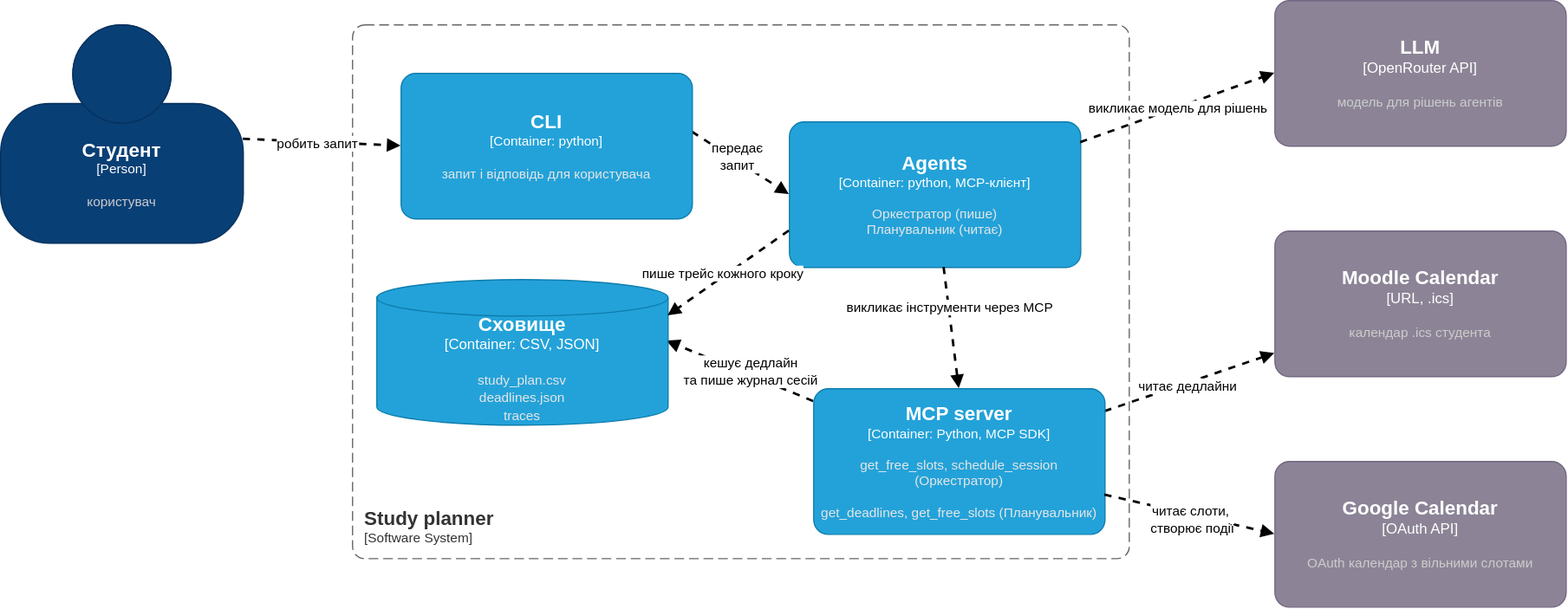
Before: docs/c4-container.svg, a diagram exported from draw.io (dantssm/study-planner). Source tidied: cells renumbered, new cells last; positions are measured from the earlier drawing's top-left corner, leaving out a move shared by most shapes. Its diagram source:
```xml
<mxGraphModel>
  <root>
    <mxCell id="0" />
    <mxCell id="1" parent="0" />
    <object id="2" label="&lt;font style=&quot;font-size: 16px&quot;&gt;&lt;b&gt;&lt;div style=&quot;text-align: left&quot;&gt;%c4Name%&lt;/div&gt;&lt;/b&gt;&lt;/font&gt;&lt;div style=&quot;text-align: left&quot;&gt;[%c4Application%]&lt;/div&gt;" c4Application="Software System" c4Name="Study planner" c4Type="SystemScopeBoundary" placeholders="1">
      <mxCell style="rounded=1;fontSize=11;whiteSpace=wrap;html=1;dashed=1;arcSize=20;fillColor=none;strokeColor=#666666;fontColor=#333333;labelBackgroundColor=none;align=left;verticalAlign=bottom;labelBorderColor=none;spacingTop=0;spacing=10;dashPattern=8 4;perimeter=rectanglePerimeter;noLabel=0;labelPadding=0;absoluteArcSize=1;" parent="1" vertex="1">
        <mxGeometry x="290" y="20" width="640" height="440" as="geometry" />
      </mxCell>
    </object>
    <object id="3" label="&lt;font style=&quot;font-size: 16px&quot;&gt;&lt;b&gt;%c4Name%&lt;/b&gt;&lt;/font&gt;&lt;div&gt;[%c4Type%: %c4Technology%]&lt;/div&gt;&lt;br&gt;&lt;div&gt;&lt;font style=&quot;font-size: 11px&quot;&gt;&lt;font color=&quot;#E6E6E6&quot;&gt;%c4Description%&lt;/font&gt;&lt;/div&gt;" c4Description="Оркестратор (пише)&#10;Планувальник (читає)" c4Name="Agents" c4Technology="python, MCP-клієнт" c4Type="Container" placeholders="1">
      <mxCell style="rounded=1;whiteSpace=wrap;html=1;fontSize=11;labelBackgroundColor=none;fillColor=#23A2D9;fontColor=#ffffff;align=center;arcSize=10;strokeColor=#0E7DAD;points=[[0.25,0,0],[0.5,0,0],[0.75,0,0],[1,0.25,0],[1,0.5,0],[1,0.75,0],[0.75,1,0],[0.5,1,0],[0.25,1,0],[0,0.75,0],[0,0.5,0],[0,0.25,0]];" parent="1" vertex="1">
        <mxGeometry x="650" y="100" width="240" height="120" as="geometry" />
      </mxCell>
    </object>
    <object id="4" label="&lt;font style=&quot;font-size: 16px&quot;&gt;&lt;b&gt;%c4Name%&lt;/b&gt;&lt;/font&gt;&lt;div&gt;[%c4Type%]&lt;/div&gt;&lt;br&gt;&lt;div&gt;&lt;font style=&quot;font-size: 11px&quot;&gt;&lt;font color=&quot;#cccccc&quot;&gt;%c4Description%&lt;/font&gt;&lt;/div&gt;" c4Description="користувач" c4Name="Студент" c4Type="Person" placeholders="1">
      <mxCell style="html=1;fontSize=11;dashed=0;whiteSpace=wrap;fillColor=#083F75;strokeColor=#06315C;fontColor=#ffffff;shape=mxgraph.c4.person2;align=center;points=[[0.5,0,0],[1,0.5,0],[1,0.75,0],[0.75,1,0],[0.5,1,0],[0.25,1,0],[0,0.75,0],[0,0.5,0]];" parent="1" vertex="1">
        <mxGeometry y="20" width="200" height="180" as="geometry" />
      </mxCell>
    </object>
    <mxCell id="5" style="rounded=0;jettySize=auto;html=1;strokeWidth=2;endArrow=block;endFill=1;dashed=1;entryX=0.996;entryY=0.423;entryDx=0;entryDy=0;entryPerimeter=0;" parent="1" edge="1" source="9" target="10">
      <mxGeometry relative="1" as="geometry" />
    </mxCell>
    <mxCell id="6" value="&lt;div&gt;кешує дедлайн&lt;/div&gt;&lt;div&gt;та пише журнал сесій&lt;/div&gt;" style="edgeLabel;html=1;align=center;verticalAlign=middle;" parent="5" vertex="1">
      <mxGeometry x="0.05" y="1" relative="1" as="geometry">
        <mxPoint x="12" as="offset" />
      </mxGeometry>
    </mxCell>
    <mxCell id="7" style="rounded=0;jettySize=auto;html=1;strokeWidth=2;endArrow=block;endFill=1;dashed=1;" parent="1" edge="1" source="9" target="19">
      <mxGeometry relative="1" as="geometry" />
    </mxCell>
    <mxCell id="8" value="читає дедлайни" style="edgeLabel;html=1;align=center;verticalAlign=middle;" parent="7" vertex="1">
      <mxGeometry x="-0.24" y="-4" relative="1" as="geometry">
        <mxPoint x="13" y="-7" as="offset" />
      </mxGeometry>
    </mxCell>
    <object id="9" label="&lt;font style=&quot;font-size: 16px&quot;&gt;&lt;b&gt;%c4Name%&lt;/b&gt;&lt;/font&gt;&lt;div&gt;[%c4Type%: %c4Technology%]&lt;/div&gt;&lt;br&gt;&lt;div&gt;&lt;font style=&quot;font-size: 11px&quot;&gt;&lt;font color=&quot;#E6E6E6&quot;&gt;%c4Description%&lt;/font&gt;&lt;/div&gt;" c4Description="get_free_slots, schedule_session (Оркестратор)&#10;&#10;get_deadlines, get_free_slots (Планувальник)" c4Name="MCP server" c4Technology="Python, MCP SDK" c4Type="Container" placeholders="1">
      <mxCell style="rounded=1;whiteSpace=wrap;html=1;fontSize=11;labelBackgroundColor=none;fillColor=#23A2D9;fontColor=#ffffff;align=center;arcSize=10;strokeColor=#0E7DAD;points=[[0.25,0,0],[0.5,0,0],[0.75,0,0],[1,0.25,0],[1,0.5,0],[1,0.75,0],[0.75,1,0],[0.5,1,0],[0.25,1,0],[0,0.75,0],[0,0.5,0],[0,0.25,0]];" parent="1" vertex="1">
        <mxGeometry x="670" y="320" width="240" height="120" as="geometry" />
      </mxCell>
    </object>
    <object id="10" label="&lt;font style=&quot;font-size: 16px&quot;&gt;&lt;b&gt;%c4Name%&lt;/b&gt;&lt;/font&gt;&lt;div&gt;[%c4Type%:&amp;nbsp;%c4Technology%]&lt;/div&gt;&lt;br&gt;&lt;div&gt;&lt;font style=&quot;font-size: 11px&quot;&gt;&lt;font color=&quot;#E6E6E6&quot;&gt;%c4Description%&lt;/font&gt;&lt;/div&gt;" c4Description="study_plan.csv&#10;deadlines.json&#10;traces" c4Name="Сховище" c4Technology="CSV, JSON" c4Type="Container" placeholders="1">
      <mxCell style="shape=cylinder3;size=15;whiteSpace=wrap;html=1;boundedLbl=1;rounded=0;labelBackgroundColor=none;fillColor=#23A2D9;fontSize=12;fontColor=#ffffff;align=center;strokeColor=#0E7DAD;points=[[0.5,0,0],[1,0.25,0],[1,0.5,0],[1,0.75,0],[0.5,1,0],[0,0.75,0],[0,0.5,0],[0,0.25,0]];" parent="1" vertex="1">
        <mxGeometry x="310" y="230" width="240" height="120" as="geometry" />
      </mxCell>
    </object>
    <mxCell id="11" style="rounded=0;jettySize=auto;html=1;strokeWidth=2;endArrow=block;endFill=1;dashed=1;entryX=0;entryY=0.5;entryDx=0;entryDy=0;entryPerimeter=0;" parent="1" edge="1" source="4" target="23">
      <mxGeometry relative="1" as="geometry" />
    </mxCell>
    <mxCell id="12" value="робить запит" style="edgeLabel;html=1;align=center;verticalAlign=middle;" parent="11" vertex="1">
      <mxGeometry x="-0.07" y="-1" relative="1" as="geometry" />
    </mxCell>
    <mxCell id="13" style="rounded=0;jettySize=auto;html=1;entryX=0;entryY=0.5;entryDx=0;entryDy=0;entryPerimeter=0;strokeWidth=2;endArrow=block;endFill=1;dashed=1;" parent="1" edge="1" target="3">
      <mxGeometry relative="1" as="geometry">
        <mxPoint x="560" y="102" as="sourcePoint" />
      </mxGeometry>
    </mxCell>
    <mxCell id="14" value="&lt;div&gt;передає&lt;/div&gt;&lt;div&gt;запит&lt;/div&gt;" style="edgeLabel;html=1;align=center;verticalAlign=middle;" parent="13" vertex="1">
      <mxGeometry x="-0.02" y="3" relative="1" as="geometry" />
    </mxCell>
    <mxCell id="15" style="rounded=0;jettySize=auto;html=1;entryX=0.5;entryY=0;entryDx=0;entryDy=0;entryPerimeter=0;strokeWidth=2;endArrow=block;endFill=1;dashed=1;" parent="1" edge="1" source="3" target="9">
      <mxGeometry relative="1" as="geometry" />
    </mxCell>
    <mxCell id="16" value="викликає інструменти через MCP" style="edgeLabel;html=1;align=center;verticalAlign=middle;" parent="15" vertex="1">
      <mxGeometry x="-0.34" relative="1" as="geometry" />
    </mxCell>
    <object id="17" label="&lt;font style=&quot;font-size: 16px&quot;&gt;&lt;b&gt;%c4Name%&lt;/b&gt;&lt;/font&gt;&lt;div&gt;[%c4Type%]&lt;/div&gt;&lt;br&gt;&lt;div&gt;&lt;font style=&quot;font-size: 11px&quot;&gt;&lt;font color=&quot;#cccccc&quot;&gt;%c4Description%&lt;/font&gt;&lt;/div&gt;" c4Description="модель для рішень агентів" c4Name="LLM" c4Type="OpenRouter API" placeholders="1">
      <mxCell style="rounded=1;whiteSpace=wrap;html=1;labelBackgroundColor=none;fillColor=#8C8496;fontColor=#ffffff;align=center;arcSize=10;strokeColor=#736782;points=[[0.25,0,0],[0.5,0,0],[0.75,0,0],[1,0.25,0],[1,0.5,0],[1,0.75,0],[0.75,1,0],[0.5,1,0],[0.25,1,0],[0,0.75,0],[0,0.5,0],[0,0.25,0]];" parent="1" vertex="1">
        <mxGeometry x="1050" width="240" height="120" as="geometry" />
      </mxCell>
    </object>
    <mxCell id="18" value="викликає модель для рішень" style="rounded=0;jettySize=auto;html=1;entryX=0;entryY=0.5;entryDx=0;entryDy=0;entryPerimeter=0;strokeWidth=2;endArrow=block;endFill=1;dashed=1;" parent="1" edge="1" source="3" target="17">
      <mxGeometry relative="1" as="geometry" />
    </mxCell>
    <object id="19" label="&lt;font style=&quot;font-size: 16px&quot;&gt;&lt;b&gt;%c4Name%&lt;/b&gt;&lt;/font&gt;&lt;div&gt;[%c4Type%]&lt;/div&gt;&lt;br&gt;&lt;div&gt;&lt;font style=&quot;font-size: 11px&quot;&gt;&lt;font color=&quot;#cccccc&quot;&gt;%c4Description%&lt;/font&gt;&lt;/div&gt;" c4Description="календар .ics студента" c4Name="Moodle Calendar" c4Type="URL, .ics" placeholders="1">
      <mxCell style="rounded=1;whiteSpace=wrap;html=1;labelBackgroundColor=none;fillColor=#8C8496;fontColor=#ffffff;align=center;arcSize=10;strokeColor=#736782;points=[[0.25,0,0],[0.5,0,0],[0.75,0,0],[1,0.25,0],[1,0.5,0],[1,0.75,0],[0.75,1,0],[0.5,1,0],[0.25,1,0],[0,0.75,0],[0,0.5,0],[0,0.25,0]];" parent="1" vertex="1">
        <mxGeometry x="1050" y="190" width="240" height="120" as="geometry" />
      </mxCell>
    </object>
    <object id="20" label="&lt;font style=&quot;font-size: 16px&quot;&gt;&lt;b&gt;%c4Name%&lt;/b&gt;&lt;/font&gt;&lt;div&gt;[%c4Type%]&lt;/div&gt;&lt;br&gt;&lt;div&gt;&lt;font style=&quot;font-size: 11px&quot;&gt;&lt;font color=&quot;#cccccc&quot;&gt;%c4Description%&lt;/font&gt;&lt;/div&gt;" c4Description="OAuth календар з вільними слотами" c4Name="Google Calendar" c4Type="OAuth API" placeholders="1">
      <mxCell style="rounded=1;whiteSpace=wrap;html=1;labelBackgroundColor=none;fillColor=#8C8496;fontColor=#ffffff;align=center;arcSize=10;strokeColor=#736782;points=[[0.25,0,0],[0.5,0,0],[0.75,0,0],[1,0.25,0],[1,0.5,0],[1,0.75,0],[0.75,1,0],[0.5,1,0],[0.25,1,0],[0,0.75,0],[0,0.5,0],[0,0.25,0]];" parent="1" vertex="1">
        <mxGeometry x="1050" y="380" width="240" height="120" as="geometry" />
      </mxCell>
    </object>
    <mxCell id="21" style="rounded=0;jettySize=auto;html=1;entryX=0;entryY=0.5;entryDx=0;entryDy=0;entryPerimeter=0;strokeWidth=2;endArrow=block;endFill=1;dashed=1;" parent="1" edge="1" source="9" target="20">
      <mxGeometry relative="1" as="geometry" />
    </mxCell>
    <mxCell id="22" value="&lt;div&gt;читає слоти,&amp;nbsp;&lt;/div&gt;&lt;div&gt;створює події&lt;/div&gt;" style="edgeLabel;html=1;align=center;verticalAlign=middle;" parent="21" vertex="1">
      <mxGeometry x="-0.16" y="1" relative="1" as="geometry">
        <mxPoint x="12" y="7" as="offset" />
      </mxGeometry>
    </mxCell>
    <object id="23" label="&lt;font style=&quot;font-size: 16px&quot;&gt;&lt;b&gt;%c4Name%&lt;/b&gt;&lt;/font&gt;&lt;div&gt;[%c4Type%: %c4Technology%]&lt;/div&gt;&lt;br&gt;&lt;div&gt;&lt;font style=&quot;font-size: 11px&quot;&gt;&lt;font color=&quot;#E6E6E6&quot;&gt;%c4Description%&lt;/font&gt;&lt;/div&gt;" c4Description="запит і відповідь для користувача" c4Name="CLI" c4Technology="python" c4Type="Container" placeholders="1">
      <mxCell style="rounded=1;whiteSpace=wrap;html=1;fontSize=11;labelBackgroundColor=none;fillColor=#23A2D9;fontColor=#ffffff;align=center;arcSize=10;strokeColor=#0E7DAD;points=[[0.25,0,0],[0.5,0,0],[0.75,0,0],[1,0.25,0],[1,0.5,0],[1,0.75,0],[0.75,1,0],[0.5,1,0],[0.25,1,0],[0,0.75,0],[0,0.5,0],[0,0.25,0]];" parent="1" vertex="1">
        <mxGeometry x="330" y="60" width="240" height="120" as="geometry" />
      </mxCell>
    </object>
    <mxCell id="24" style="rounded=0;jettySize=auto;html=1;exitX=0;exitY=0.75;exitDx=0;exitDy=0;exitPerimeter=0;entryX=1;entryY=0.25;entryDx=0;entryDy=0;entryPerimeter=0;endArrow=block;endFill=1;dashed=1;strokeWidth=2;" parent="1" edge="1" source="3" target="10">
      <mxGeometry relative="1" as="geometry" />
    </mxCell>
    <mxCell id="25" value="пише трейс кожного кроку" style="edgeLabel;html=1;align=center;verticalAlign=middle;" parent="24" vertex="1">
      <mxGeometry x="0.16" y="-3" relative="1" as="geometry">
        <mxPoint x="4" y="-4" as="offset" />
      </mxGeometry>
    </mxCell>
  </root>
</mxGraphModel>
```
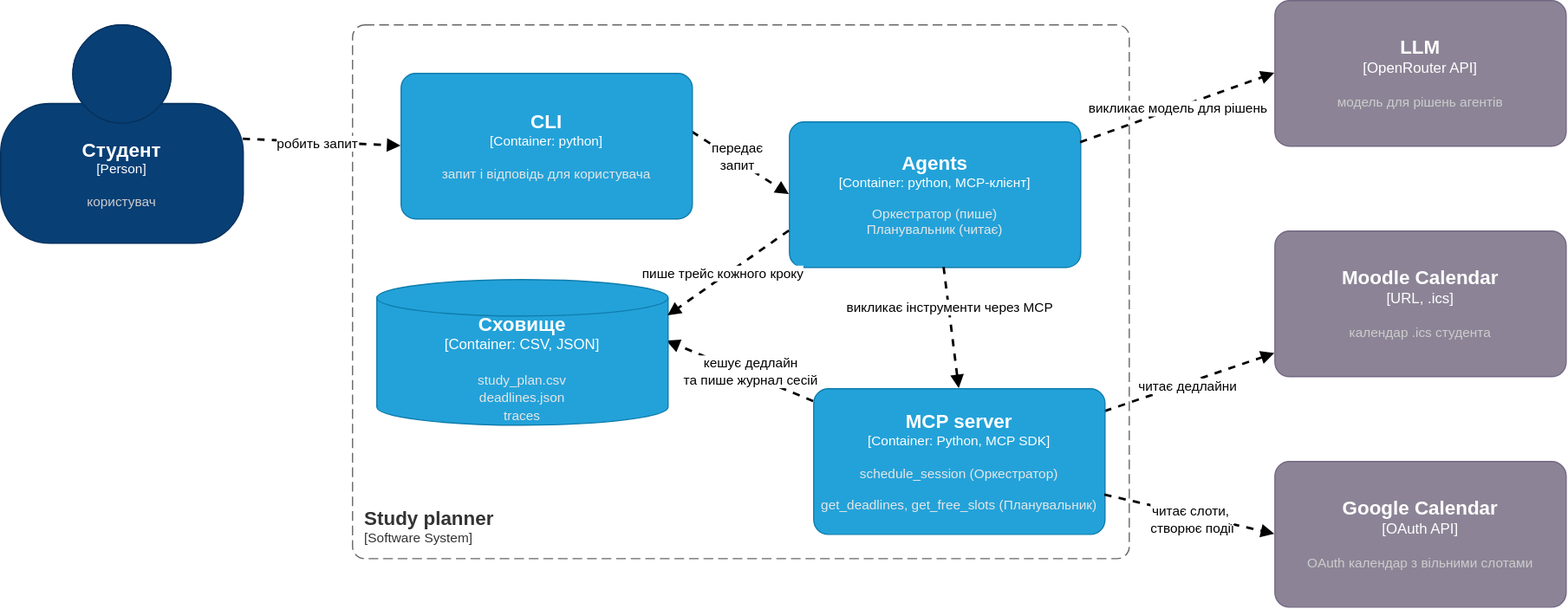
Later version of the same file.

Change to the diagram source:
```diff
@@ -33,7 +33,7 @@
         <mxPoint x="13" y="-7" as="offset" />
       </mxGeometry>
     </mxCell>
-    <object id="9" label="&lt;font style=&quot;font-size: 16px&quot;&gt;&lt;b&gt;%c4Name%&lt;/b&gt;&lt;/font&gt;&lt;div&gt;[%c4Type%: %c4Technology%]&lt;/div&gt;&lt;br&gt;&lt;div&gt;&lt;font style=&quot;font-size: 11px&quot;&gt;&lt;font color=&quot;#E6E6E6&quot;&gt;%c4Description%&lt;/font&gt;&lt;/div&gt;" c4Description="get_free_slots, schedule_session (Оркестратор)&#10;&#10;get_deadlines, get_free_slots (Планувальник)" c4Name="MCP server" c4Technology="Python, MCP SDK" c4Type="Container" placeholders="1">
+    <object id="9" label="&lt;font style=&quot;font-size: 16px&quot;&gt;&lt;b&gt;%c4Name%&lt;/b&gt;&lt;/font&gt;&lt;div&gt;[%c4Type%: %c4Technology%]&lt;/div&gt;&lt;br&gt;&lt;div&gt;&lt;font style=&quot;font-size: 11px&quot;&gt;&lt;font color=&quot;#E6E6E6&quot;&gt;%c4Description%&lt;/font&gt;&lt;/div&gt;" c4Description="schedule_session (Оркестратор)&#10;&#10;get_deadlines, get_free_slots (Планувальник)" c4Name="MCP server" c4Technology="Python, MCP SDK" c4Type="Container" placeholders="1">
       <mxCell style="rounded=1;whiteSpace=wrap;html=1;fontSize=11;labelBackgroundColor=none;fillColor=#23A2D9;fontColor=#ffffff;align=center;arcSize=10;strokeColor=#0E7DAD;points=[[0.25,0,0],[0.5,0,0],[0.75,0,0],[1,0.25,0],[1,0.5,0],[1,0.75,0],[0.75,1,0],[0.5,1,0],[0.25,1,0],[0,0.75,0],[0,0.5,0],[0,0.25,0]];" parent="1" vertex="1">
         <mxGeometry x="670" y="320" width="240" height="120" as="geometry" />
       </mxCell>
```
